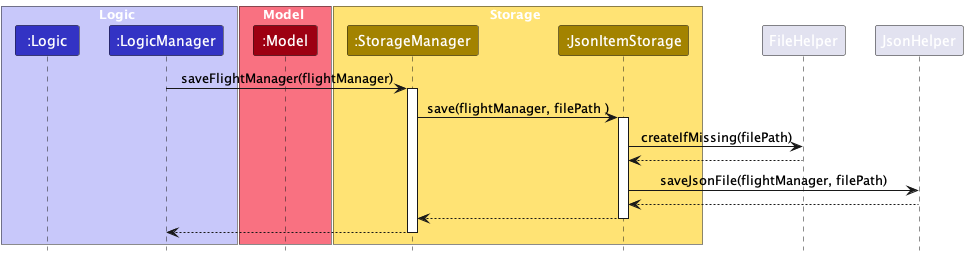
Earlier version of the PlantUML export docs/images/WingmanUnlinkXYZSequenceDiagram.png (nus-cs2103-AY2223S2/tp). Its diagram source:
```plantuml
@startuml
!include style.puml

box Logic LOGIC_COLOR_T1
participant ":Logic" as Logic LOGIC_COLOR
participant ":LogicManager" as LogicManager LOGIC_COLOR
end box

box Model MODEL_COLOR_T1
participant ":Model" as Model MODEL_COLOR
end box

box Storage STORAGE_COLOR_T1
participant ":StorageManager" as StorageManager STORAGE_COLOR
participant ":JsonItemStorage" as JsonItemStorage STORAGE_COLOR
end box

LogicManager -> StorageManager : saveFlightManager(flightManager)
activate StorageManager

StorageManager -> JsonItemStorage : save(flightManager, filePath )
activate JsonItemStorage

JsonItemStorage -> FileHelper : createIfMissing(filePath)

FileHelper --> JsonItemStorage
deactivate FileHelper

JsonItemStorage -> JsonHelper : saveJsonFile(flightManager, filePath)
JsonHelper --> JsonItemStorage
deactivate JsonHelper

JsonItemStorage --> StorageManager :
deactivate JsonItemStorage

LogicManager <--StorageManager
deactivate StorageManager
@enduml
```
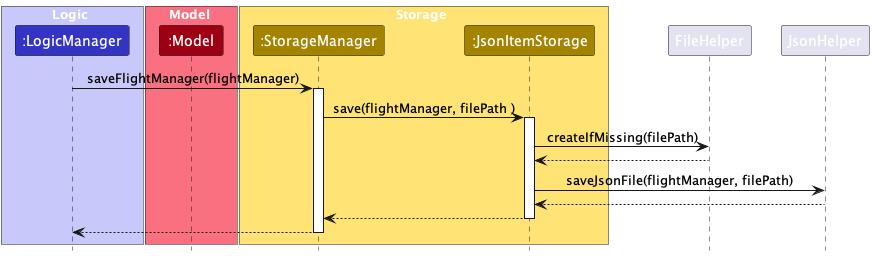
After the commit.

Commit message:
should fix the issues with the link/unlink

Diff of the diagram source:
```diff
@@ -2,7 +2,6 @@
 !include style.puml
 
 box Logic LOGIC_COLOR_T1
-participant ":Logic" as Logic LOGIC_COLOR
 participant ":LogicManager" as LogicManager LOGIC_COLOR
 end box
 
```
